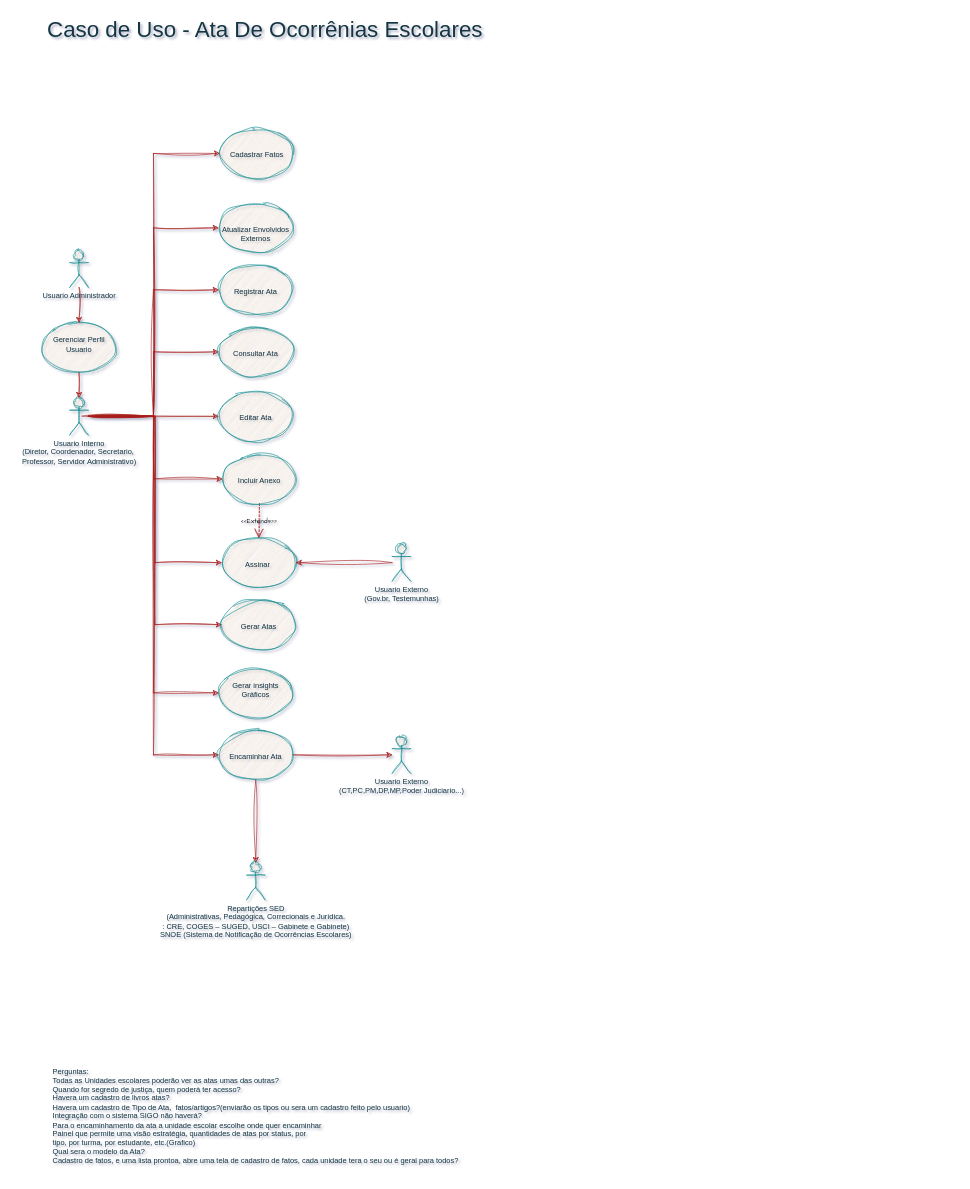
Earlier version of the draw.io diagram Ata.drawio (Regis-Dias/Ata_Digital). Source tidied: cells renumbered, new cells numbered last; positions are measured from the earlier drawing's top-left corner, leaving out a move shared by most shapes. Both pictures are drawn from the tidied source at 62%, with x=0, y=0 at pixel (11, 11).
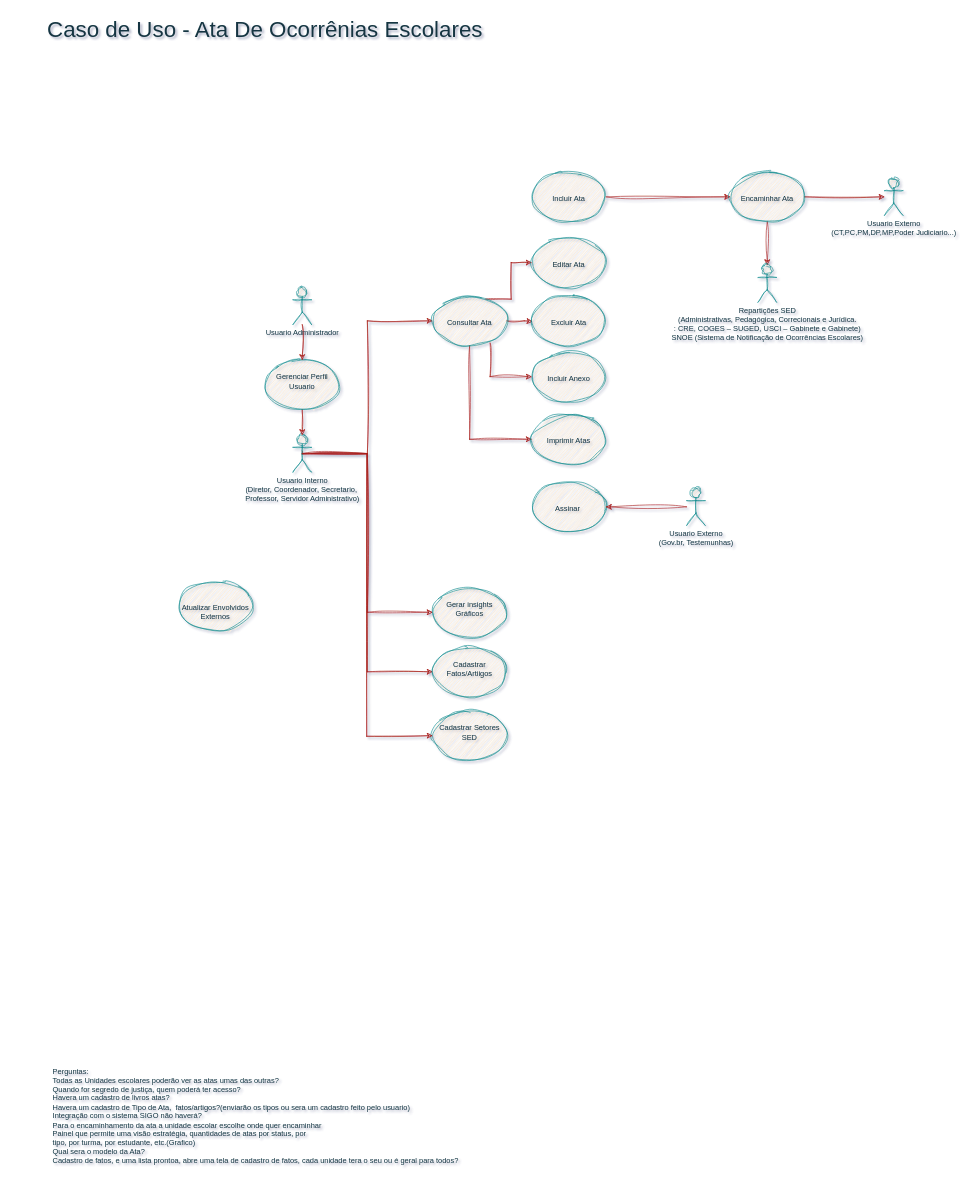
Above is the later version.

Diff of the diagram source:
```diff
@@
-    <mxCell id="2" style="edgeStyle=orthogonalEdgeStyle;rounded=0;jettySize=auto;html=1;entryX=0;entryY=0.5;entryDx=0;entryDy=0;fontFamily=Helvetica;fontSize=12;fontColor=default;labelBackgroundColor=none;strokeColor=#A8201A;sketch=1;curveFitting=1;jiggle=2;" parent="1" edge="1" source="11" target="19">
-      <mxGeometry relative="1" as="geometry" />
+    <mxCell id="2" style="edgeStyle=orthogonalEdgeStyle;rounded=0;jettySize=auto;html=1;fontFamily=Helvetica;fontSize=12;fontColor=default;labelBackgroundColor=none;strokeColor=#A8201A;sketch=1;curveFitting=1;jiggle=2;entryX=0;entryY=0.5;entryDx=0;entryDy=0;" parent="1" edge="1" target="14">
+      <mxGeometry relative="1" as="geometry">
+        <mxPoint x="470" y="714" as="sourcePoint" />
+        <Array as="points">
+          <mxPoint x="575" y="714" />
+          <mxPoint x="575" y="500" />
+        </Array>
+      </mxGeometry>
     </mxCell>
-    <mxCell id="3" style="edgeStyle=orthogonalEdgeStyle;rounded=0;jettySize=auto;html=1;entryX=0;entryY=0.5;entryDx=0;entryDy=0;fontFamily=Helvetica;fontSize=12;fontColor=default;labelBackgroundColor=none;strokeColor=#A8201A;sketch=1;curveFitting=1;jiggle=2;" parent="1" edge="1" source="11" target="12">
-      <mxGeometry relative="1" as="geometry" />
+    <mxCell id="3" style="edgeStyle=orthogonalEdgeStyle;rounded=0;jettySize=auto;html=1;fontFamily=Helvetica;fontSize=12;fontColor=default;labelBackgroundColor=none;strokeColor=#A8201A;sketch=1;curveFitting=1;jiggle=2;exitX=1;exitY=0.5;exitDx=0;exitDy=0;entryX=0.009;entryY=0.511;entryDx=0;entryDy=0;entryPerimeter=0;" parent="1" edge="1" source="14" target="36">
+      <mxGeometry relative="1" as="geometry">
+        <Array as="points">
+          <mxPoint x="828" y="500" />
+        </Array>
+      </mxGeometry>
     </mxCell>
-    <mxCell id="4" style="edgeStyle=orthogonalEdgeStyle;rounded=0;jettySize=auto;html=1;fontFamily=Helvetica;fontSize=12;fontColor=default;labelBackgroundColor=none;strokeColor=#A8201A;sketch=1;curveFitting=1;jiggle=2;" parent="1" edge="1" source="11" target="14">
-      <mxGeometry relative="1" as="geometry">
-        <Array as="points">
-          <mxPoint x="230" y="654" />
-          <mxPoint x="230" y="550" />
-        </Array>
-      </mxGeometry>
-    </mxCell>
-    <mxCell id="5" style="edgeStyle=orthogonalEdgeStyle;rounded=0;jettySize=auto;html=1;fontFamily=Helvetica;fontSize=12;fontColor=default;labelBackgroundColor=none;strokeColor=#A8201A;sketch=1;curveFitting=1;jiggle=2;" parent="1" edge="1" source="11" target="15">
-      <mxGeometry relative="1" as="geometry" />
+    <mxCell id="5" style="edgeStyle=orthogonalEdgeStyle;rounded=0;jettySize=auto;html=1;fontFamily=Helvetica;fontSize=12;fontColor=default;labelBackgroundColor=none;strokeColor=#A8201A;sketch=1;curveFitting=1;jiggle=2;exitX=0.716;exitY=0.063;exitDx=0;exitDy=0;exitPerimeter=0;entryX=0;entryY=0.5;entryDx=0;entryDy=0;" parent="1" edge="1" source="14" target="15">
+      <mxGeometry relative="1" as="geometry">
+        <Array as="points">
+          <mxPoint x="807" y="465" />
+          <mxPoint x="807" y="406" />
+        </Array>
+      </mxGeometry>
     </mxCell>
-    <mxCell id="6" style="edgeStyle=orthogonalEdgeStyle;rounded=0;jettySize=auto;html=1;entryX=0;entryY=0.5;entryDx=0;entryDy=0;fontFamily=Helvetica;fontSize=12;fontColor=default;labelBackgroundColor=none;strokeColor=#A8201A;sketch=1;curveFitting=1;jiggle=2;" parent="1" edge="1" source="11" target="18">
-      <mxGeometry relative="1" as="geometry" />
+    <mxCell id="6" style="edgeStyle=orthogonalEdgeStyle;rounded=0;jettySize=auto;html=1;fontFamily=Helvetica;fontSize=12;fontColor=default;labelBackgroundColor=none;strokeColor=#A8201A;sketch=1;curveFitting=1;jiggle=2;exitX=1;exitY=0.5;exitDx=0;exitDy=0;entryX=0;entryY=0.5;entryDx=0;entryDy=0;" parent="1" edge="1" source="37" target="18">
+      <mxGeometry relative="1" as="geometry">
+        <Array as="points">
+          <mxPoint x="1160" y="300" />
+        </Array>
+      </mxGeometry>
     </mxCell>
-    <mxCell id="7" style="edgeStyle=orthogonalEdgeStyle;rounded=0;jettySize=auto;html=1;entryX=0;entryY=0.5;entryDx=0;entryDy=0;fontFamily=Helvetica;fontSize=12;fontColor=default;labelBackgroundColor=none;strokeColor=#A8201A;sketch=1;curveFitting=1;jiggle=2;" parent="1" edge="1" source="11" target="21">
-      <mxGeometry relative="1" as="geometry" />
-    </mxCell>
-    <mxCell id="8" style="edgeStyle=orthogonalEdgeStyle;rounded=0;jettySize=auto;html=1;entryX=0;entryY=0.5;entryDx=0;entryDy=0;fontFamily=Helvetica;fontSize=12;fontColor=default;labelBackgroundColor=none;strokeColor=#A8201A;sketch=1;curveFitting=1;jiggle=2;" parent="1" edge="1" source="11" target="20">
+    <mxCell id="8" style="edgeStyle=orthogonalEdgeStyle;rounded=0;jettySize=auto;html=1;entryX=0;entryY=0.5;entryDx=0;entryDy=0;fontFamily=Helvetica;fontSize=12;fontColor=default;labelBackgroundColor=none;strokeColor=#A8201A;sketch=1;curveFitting=1;jiggle=2;exitX=0.5;exitY=1;exitDx=0;exitDy=0;" parent="1" edge="1" source="14" target="20">
       <mxGeometry relative="1" as="geometry" />
     </mxCell>
     <mxCell id="9" style="edgeStyle=orthogonalEdgeStyle;rounded=0;jettySize=auto;html=1;entryX=0;entryY=0.5;entryDx=0;entryDy=0;fontFamily=Helvetica;fontSize=12;fontColor=default;labelBackgroundColor=none;strokeColor=#A8201A;sketch=1;curveFitting=1;jiggle=2;" parent="1" edge="1" source="11" target="31">
-      <mxGeometry relative="1" as="geometry" />
+      <mxGeometry relative="1" as="geometry">
+        <Array as="points">
+          <mxPoint x="575" y="714" />
+          <mxPoint x="575" y="970" />
+        </Array>
+      </mxGeometry>
     </mxCell>
-    <mxCell id="10" style="edgeStyle=orthogonalEdgeStyle;rounded=0;hachureGap=4;jettySize=auto;html=1;entryX=0;entryY=0.5;entryDx=0;entryDy=0;fontFamily=Architects Daughter;labelBackgroundColor=none;strokeColor=#A8201A;fontColor=default;sketch=1;curveFitting=1;jiggle=2;" parent="1" edge="1" source="11" target="35">
+    <mxCell id="10" style="edgeStyle=orthogonalEdgeStyle;rounded=0;hachureGap=4;jettySize=auto;html=1;entryX=0;entryY=0.5;entryDx=0;entryDy=0;fontFamily=Architects Daughter;labelBackgroundColor=none;strokeColor=#A8201A;fontColor=default;sketch=1;curveFitting=1;jiggle=2;exitX=0.5;exitY=0.5;exitDx=0;exitDy=0;exitPerimeter=0;" parent="1" edge="1" target="35">
       <mxGeometry relative="1" as="geometry">
+        <mxPoint x="470" y="710" as="sourcePoint" />
         <Array as="points">
-          <mxPoint x="230" y="654" />
-          <mxPoint x="230" y="230" />
+          <mxPoint x="470" y="715" />
+          <mxPoint x="575" y="715" />
+          <mxPoint x="575" y="1066" />
         </Array>
       </mxGeometry>
     </mxCell>
     <mxCell id="11" value="Usuario Interno&lt;br&gt;(Diretor, Coordenador, Secretario,&amp;nbsp;&lt;div&gt;Professor, Servidor Administrativo)&lt;/div&gt;" style="shape=umlActor;verticalLabelPosition=bottom;verticalAlign=top;html=1;outlineConnect=0;labelBackgroundColor=none;fillColor=#FAE5C7;strokeColor=#0F8B8D;fontColor=#143642;sketch=1;curveFitting=1;jiggle=2;" parent="1" vertex="1">
-      <mxGeometry x="95" y="624" width="30" height="60" as="geometry" />
+      <mxGeometry x="455" y="684" width="30" height="60" as="geometry" />
     </mxCell>
-    <mxCell id="12" value="&lt;div&gt;&lt;br&gt;&lt;/div&gt;&lt;div&gt;&lt;br&gt;&lt;/div&gt;Registrar Ata" style="ellipse;whiteSpace=wrap;html=1;strokeColor=#0F8B8D;align=center;verticalAlign=top;fontFamily=Helvetica;fontSize=12;fontColor=#143642;fillColor=#FAE5C7;labelBackgroundColor=none;sketch=1;curveFitting=1;jiggle=2;" parent="1" vertex="1">
-      <mxGeometry x="335" y="410" width="120" height="80" as="geometry" />
-    </mxCell>
     <mxCell id="13" value="Usuario Externo&lt;div&gt;(CT,PC,PM,DP,MP,Poder Judiciario...)&lt;/div&gt;" style="shape=umlActor;verticalLabelPosition=bottom;verticalAlign=top;html=1;outlineConnect=0;labelBackgroundColor=none;fillColor=#FAE5C7;strokeColor=#0F8B8D;fontColor=#143642;sketch=1;curveFitting=1;jiggle=2;" parent="1" vertex="1">
-      <mxGeometry x="615" y="1170" width="30" height="60" as="geometry" />
+      <mxGeometry x="1409" y="270" width="30" height="60" as="geometry" />
     </mxCell>
     <mxCell id="14" value="&lt;div&gt;&lt;br&gt;&lt;/div&gt;&lt;div&gt;&lt;br&gt;&lt;/div&gt;Consultar Ata&lt;div&gt;&lt;/div&gt;" style="ellipse;whiteSpace=wrap;html=1;strokeColor=#0F8B8D;align=center;verticalAlign=top;fontFamily=Helvetica;fontSize=12;fontColor=#143642;fillColor=#FAE5C7;labelBackgroundColor=none;sketch=1;curveFitting=1;jiggle=2;" parent="1" vertex="1">
-      <mxGeometry x="335" y="510" width="120" height="80" as="geometry" />
+      <mxGeometry x="680" y="460" width="120" height="80" as="geometry" />
     </mxCell>
     <mxCell id="15" value="&lt;div&gt;&lt;br&gt;&lt;/div&gt;&lt;div&gt;&lt;br&gt;&lt;/div&gt;Editar Ata&lt;div&gt;&lt;/div&gt;&lt;div&gt;&lt;/div&gt;" style="ellipse;whiteSpace=wrap;html=1;strokeColor=#0F8B8D;align=center;verticalAlign=top;fontFamily=Helvetica;fontSize=12;fontColor=#143642;fillColor=#FAE5C7;labelBackgroundColor=none;sketch=1;curveFitting=1;jiggle=2;" parent="1" vertex="1">
-      <mxGeometry x="335" y="614" width="120" height="80" as="geometry" />
+      <mxGeometry x="840" y="366" width="120" height="80" as="geometry" />
     </mxCell>
@@
     <mxCell id="18" value="&lt;div&gt;&lt;br&gt;&lt;/div&gt;&lt;div&gt;&lt;span style=&quot;background-color: initial;&quot;&gt;&lt;br&gt;&lt;/span&gt;&lt;/div&gt;&lt;div&gt;&lt;span style=&quot;background-color: initial;&quot;&gt;Encaminhar Ata&lt;/span&gt;&lt;br&gt;&lt;/div&gt;&lt;div&gt;&lt;/div&gt;&lt;div&gt;&lt;/div&gt;&lt;div&gt;&lt;/div&gt;" style="ellipse;whiteSpace=wrap;html=1;strokeColor=#0F8B8D;align=center;verticalAlign=top;fontFamily=Helvetica;fontSize=12;fontColor=#143642;fillColor=#FAE5C7;labelBackgroundColor=none;sketch=1;curveFitting=1;jiggle=2;" parent="1" vertex="1">
-      <mxGeometry x="335" y="1160" width="120" height="80" as="geometry" />
+      <mxGeometry x="1160" y="260" width="120" height="80" as="geometry" />
     </mxCell>
     <mxCell id="19" value="&lt;div&gt;&lt;span style=&quot;background-color: initial;&quot;&gt;&lt;br&gt;&lt;/span&gt;&lt;/div&gt;&lt;div&gt;&lt;span style=&quot;background-color: initial;&quot;&gt;&lt;br&gt;&lt;/span&gt;&lt;/div&gt;&lt;div&gt;&lt;span style=&quot;background-color: initial;&quot;&gt;Atualizar Envolvidos&lt;br&gt;&lt;/span&gt;Externos&lt;/div&gt;&lt;div&gt;&lt;/div&gt;" style="ellipse;whiteSpace=wrap;html=1;strokeColor=#0F8B8D;align=center;verticalAlign=top;fontFamily=Helvetica;fontSize=12;fontColor=#143642;fillColor=#FAE5C7;labelBackgroundColor=none;sketch=1;curveFitting=1;jiggle=2;" parent="1" vertex="1">
-      <mxGeometry x="335" y="310" width="120" height="80" as="geometry" />
+      <mxGeometry x="270" y="920" width="120" height="80" as="geometry" />
     </mxCell>
-    <mxCell id="20" value="&lt;div&gt;&lt;br&gt;&lt;/div&gt;&lt;div&gt;&lt;br&gt;&lt;/div&gt;Gerar Atas&lt;div&gt;&lt;/div&gt;" style="ellipse;whiteSpace=wrap;html=1;strokeColor=#0F8B8D;align=center;verticalAlign=top;fontFamily=Helvetica;fontSize=12;fontColor=#143642;fillColor=#FAE5C7;labelBackgroundColor=none;sketch=1;curveFitting=1;jiggle=2;" parent="1" vertex="1">
-      <mxGeometry x="340" y="950" width="120" height="80" as="geometry" />
+    <mxCell id="20" value="&lt;div&gt;&lt;br&gt;&lt;/div&gt;&lt;div&gt;&lt;br&gt;&lt;/div&gt;Imprimir Atas&lt;div&gt;&lt;/div&gt;" style="ellipse;whiteSpace=wrap;html=1;strokeColor=#0F8B8D;align=center;verticalAlign=top;fontFamily=Helvetica;fontSize=12;fontColor=#143642;fillColor=#FAE5C7;labelBackgroundColor=none;sketch=1;curveFitting=1;jiggle=2;" parent="1" vertex="1">
+      <mxGeometry x="840" y="651" width="120" height="80" as="geometry" />
     </mxCell>
     <mxCell id="21" value="&lt;div&gt;&lt;br&gt;&lt;/div&gt;&lt;div&gt;&lt;br&gt;&lt;/div&gt;Assinar&amp;nbsp;&lt;div&gt;&lt;/div&gt;&lt;div&gt;&lt;/div&gt;" style="ellipse;whiteSpace=wrap;html=1;strokeColor=#0F8B8D;align=center;verticalAlign=top;fontFamily=Helvetica;fontSize=12;fontColor=#143642;fillColor=#FAE5C7;labelBackgroundColor=none;sketch=1;curveFitting=1;jiggle=2;" parent="1" vertex="1">
-      <mxGeometry x="340" y="850" width="120" height="80" as="geometry" />
+      <mxGeometry x="840" y="760" width="120" height="80" as="geometry" />
     </mxCell>
@@
     <mxCell id="23" value="&lt;div&gt;&lt;br&gt;&lt;/div&gt;&lt;div&gt;&lt;span style=&quot;background-color: initial;&quot;&gt;Gerenciar Perfil Usuario&lt;/span&gt;&lt;br&gt;&lt;/div&gt;&lt;div&gt;&lt;/div&gt;&lt;div&gt;&lt;/div&gt;&lt;div&gt;&lt;/div&gt;" style="ellipse;whiteSpace=wrap;html=1;strokeColor=#0F8B8D;align=center;verticalAlign=top;fontFamily=Helvetica;fontSize=12;fontColor=#143642;fillColor=#FAE5C7;labelBackgroundColor=none;sketch=1;curveFitting=1;jiggle=2;" parent="1" vertex="1">
-      <mxGeometry x="50" y="503" width="120" height="80" as="geometry" />
+      <mxGeometry x="410" y="563" width="120" height="80" as="geometry" />
     </mxCell>
@@
     <mxCell id="25" value="Usuario Administrador" style="shape=umlActor;verticalLabelPosition=bottom;verticalAlign=top;html=1;outlineConnect=0;labelBackgroundColor=none;fillColor=#FAE5C7;strokeColor=#0F8B8D;fontColor=#143642;sketch=1;curveFitting=1;jiggle=2;" parent="1" vertex="1">
-      <mxGeometry x="95" y="386" width="30" height="60" as="geometry" />
+      <mxGeometry x="455" y="446" width="30" height="60" as="geometry" />
     </mxCell>
@@
     <mxCell id="28" value="Usuario Externo&lt;div&gt;(Gov.br, Testemunhas)&lt;/div&gt;" style="shape=umlActor;verticalLabelPosition=bottom;verticalAlign=top;html=1;outlineConnect=0;labelBackgroundColor=none;fillColor=#FAE5C7;strokeColor=#0F8B8D;fontColor=#143642;sketch=1;curveFitting=1;jiggle=2;" parent="1" vertex="1">
-      <mxGeometry x="615" y="860" width="30" height="60" as="geometry" />
+      <mxGeometry x="1090" y="770" width="30" height="60" as="geometry" />
     </mxCell>
@@
     <mxCell id="30" value="&lt;div&gt;Repartições SED&lt;br&gt;&lt;div&gt;(Administrativas, Pedagógica, Correcionais e Jurídica.&lt;br&gt;: CRE, COGES – SUGED, USCI – Gabinete e Gabinete)&lt;br&gt;&lt;/div&gt;&lt;/div&gt;&lt;div&gt;SNOE (Sistema de Notificação de Ocorrências Escolares)&lt;br&gt;&lt;/div&gt;&lt;div&gt;&lt;br&gt;&lt;/div&gt;" style="shape=umlActor;verticalLabelPosition=bottom;verticalAlign=top;html=1;outlineConnect=0;labelBackgroundColor=none;fillColor=#FAE5C7;strokeColor=#0F8B8D;fontColor=#143642;sketch=1;curveFitting=1;jiggle=2;" parent="1" vertex="1">
-      <mxGeometry x="380" y="1374" width="30" height="60" as="geometry" />
+      <mxGeometry x="1205" y="410" width="30" height="60" as="geometry" />
     </mxCell>
     <mxCell id="31" value="&lt;div&gt;&lt;br&gt;&lt;/div&gt;&lt;div&gt;&lt;span style=&quot;background-color: initial;&quot;&gt;Gerar insights&lt;/span&gt;&lt;br&gt;&lt;/div&gt;Gráficos&lt;div&gt;&lt;/div&gt;&lt;div&gt;&lt;/div&gt;" style="ellipse;whiteSpace=wrap;html=1;strokeColor=#0F8B8D;align=center;verticalAlign=top;fontFamily=Helvetica;fontSize=12;fontColor=#143642;fillColor=#FAE5C7;labelBackgroundColor=none;sketch=1;curveFitting=1;jiggle=2;" parent="1" vertex="1">
-      <mxGeometry x="335" y="1060" width="120" height="80" as="geometry" />
+      <mxGeometry x="680" y="930" width="120" height="80" as="geometry" />
     </mxCell>
-    <mxCell id="32" value="&amp;lt;&amp;lt;Extends&amp;gt;&amp;gt;" style="endArrow=open;endSize=12;dashed=1;html=1;rounded=0;hachureGap=4;fontFamily=Architects Daughter;entryX=0.5;entryY=0;entryDx=0;entryDy=0;labelBackgroundColor=none;strokeColor=#A8201A;fontColor=default;exitX=0.5;exitY=1;exitDx=0;exitDy=0;sketch=1;curveFitting=1;jiggle=2;" parent="1" edge="1" source="33" target="21">
-      <mxGeometry relative="1" as="geometry" />
-    </mxCell>
     <mxCell id="33" value="&lt;div&gt;&lt;br&gt;&lt;/div&gt;&lt;div&gt;&lt;br&gt;&lt;/div&gt;Incluir Anexo&lt;div&gt;&lt;/div&gt;&lt;div&gt;&lt;/div&gt;&lt;div&gt;&lt;/div&gt;" style="ellipse;whiteSpace=wrap;html=1;strokeColor=#0F8B8D;align=center;verticalAlign=top;fontFamily=Helvetica;fontSize=12;fontColor=#143642;fillColor=#FAE5C7;labelBackgroundColor=none;sketch=1;curveFitting=1;jiggle=2;" parent="1" vertex="1">
-      <mxGeometry x="341" y="715" width="120" height="80" as="geometry" />
+      <mxGeometry x="840" y="550" width="120" height="80" as="geometry" />
     </mxCell>
-    <mxCell id="34" style="edgeStyle=orthogonalEdgeStyle;rounded=0;jettySize=auto;html=1;fontFamily=Helvetica;fontSize=12;fontColor=default;labelBackgroundColor=none;strokeColor=#A8201A;entryX=0;entryY=0.5;entryDx=0;entryDy=0;sketch=1;curveFitting=1;jiggle=2;" parent="1" edge="1" target="33">
+    <mxCell id="34" style="edgeStyle=orthogonalEdgeStyle;rounded=0;jettySize=auto;html=1;fontFamily=Helvetica;fontSize=12;fontColor=default;labelBackgroundColor=none;strokeColor=#A8201A;entryX=0;entryY=0.5;entryDx=0;entryDy=0;sketch=1;curveFitting=1;jiggle=2;exitX=0.775;exitY=0.946;exitDx=0;exitDy=0;exitPerimeter=0;" parent="1" edge="1" source="14" target="33">
       <mxGeometry relative="1" as="geometry">
-        <mxPoint x="115" y="653.7" as="sourcePoint" />
         <Array as="points">
-          <mxPoint x="231" y="654" />
-          <mxPoint x="231" y="755" />
+          <mxPoint x="773" y="590" />
         </Array>
       </mxGeometry>
     </mxCell>
-    <mxCell id="35" value="&lt;div&gt;&lt;br&gt;&lt;/div&gt;&lt;div&gt;&lt;br&gt;&lt;/div&gt;&lt;div&gt;Cadastrar Fatos&lt;/div&gt;&lt;div&gt;&lt;/div&gt;" style="ellipse;whiteSpace=wrap;html=1;strokeColor=#0F8B8D;align=center;verticalAlign=top;fontFamily=Helvetica;fontSize=12;fontColor=#143642;fillColor=#FAE5C7;labelBackgroundColor=none;sketch=1;curveFitting=1;jiggle=2;" parent="1" vertex="1">
-      <mxGeometry x="337" y="190" width="120" height="80" as="geometry" />
+    <mxCell id="35" value="&lt;div&gt;&lt;br&gt;&lt;/div&gt;&lt;div&gt;&lt;span style=&quot;background-color: initial;&quot;&gt;Cadastrar Fatos/Artiigos&lt;/span&gt;&lt;/div&gt;&lt;div&gt;&lt;/div&gt;" style="ellipse;whiteSpace=wrap;html=1;strokeColor=#0F8B8D;align=center;verticalAlign=top;fontFamily=Helvetica;fontSize=12;fontColor=#143642;fillColor=#FAE5C7;labelBackgroundColor=none;sketch=1;curveFitting=1;jiggle=2;" parent="1" vertex="1">
+      <mxGeometry x="680" y="1026" width="120" height="80" as="geometry" />
     </mxCell>
+    <mxCell id="36" value="&lt;div&gt;&lt;br&gt;&lt;/div&gt;&lt;div&gt;&lt;br&gt;&lt;/div&gt;Excluir Ata" style="ellipse;whiteSpace=wrap;html=1;strokeColor=#0F8B8D;align=center;verticalAlign=top;fontFamily=Helvetica;fontSize=12;fontColor=#143642;fillColor=#FAE5C7;labelBackgroundColor=none;sketch=1;curveFitting=1;jiggle=2;" parent="1" vertex="1">
+      <mxGeometry x="840" y="460" width="120" height="80" as="geometry" />
+    </mxCell>
+    <mxCell id="37" value="&lt;div&gt;&lt;br&gt;&lt;/div&gt;&lt;div&gt;&lt;br&gt;&lt;/div&gt;&lt;div&gt;Incluir Ata&lt;/div&gt;&lt;div&gt;&lt;/div&gt;&lt;div&gt;&lt;/div&gt;" style="ellipse;whiteSpace=wrap;html=1;strokeColor=#0F8B8D;align=center;verticalAlign=top;fontFamily=Helvetica;fontSize=12;fontColor=#143642;fillColor=#FAE5C7;labelBackgroundColor=none;sketch=1;curveFitting=1;jiggle=2;" parent="1" vertex="1">
+      <mxGeometry x="840" y="260" width="120" height="80" as="geometry" />
+    </mxCell>
+    <mxCell id="38" value="&lt;div&gt;&lt;br&gt;&lt;/div&gt;&lt;div&gt;&lt;span style=&quot;background-color: initial;&quot;&gt;Cadastrar Setores SED&lt;/span&gt;&lt;/div&gt;&lt;div&gt;&lt;/div&gt;" style="ellipse;whiteSpace=wrap;html=1;strokeColor=#0F8B8D;align=center;verticalAlign=top;fontFamily=Helvetica;fontSize=12;fontColor=#143642;fillColor=#FAE5C7;labelBackgroundColor=none;sketch=1;curveFitting=1;jiggle=2;" parent="1" vertex="1">
+      <mxGeometry x="680" y="1129" width="120" height="80" as="geometry" />
+    </mxCell>
+    <mxCell id="39" style="edgeStyle=orthogonalEdgeStyle;rounded=0;hachureGap=4;jettySize=auto;html=1;entryX=0;entryY=0.5;entryDx=0;entryDy=0;fontFamily=Architects Daughter;labelBackgroundColor=none;strokeColor=#A8201A;fontColor=default;sketch=1;curveFitting=1;jiggle=2;exitX=0.5;exitY=0.5;exitDx=0;exitDy=0;exitPerimeter=0;" parent="1" edge="1" source="11" target="38">
+      <mxGeometry relative="1" as="geometry">
+        <Array as="points">
+          <mxPoint x="574" y="714" />
+          <mxPoint x="574" y="1170" />
+          <mxPoint x="680" y="1170" />
+        </Array>
+      </mxGeometry>
+    </mxCell>
```
